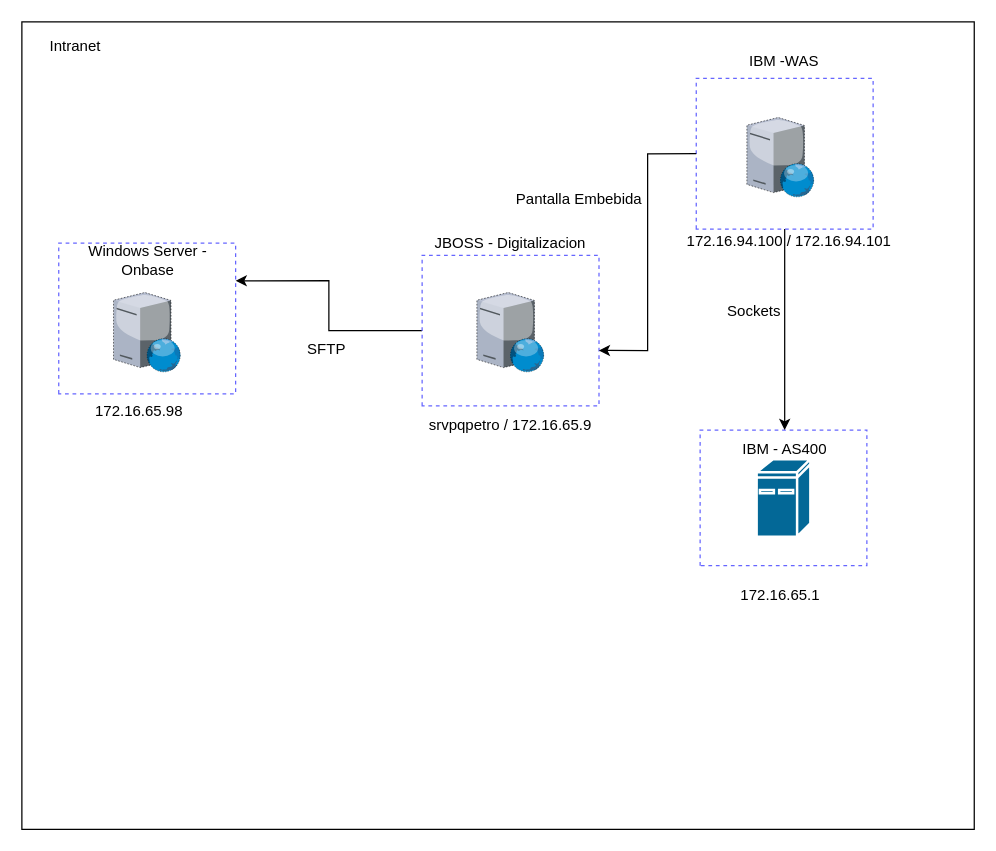
The draw.io diagram DiagramaRedInactividad.drawio in GonzaloDavid/diagramas, before the edit. Source tidied: cells renumbered, new cells numbered last; positions are measured from the earlier drawing's top-left corner, leaving out a move shared by most shapes. Both pictures are drawn from the tidied source at 125%, with x=0, y=0 at pixel (21, 21).
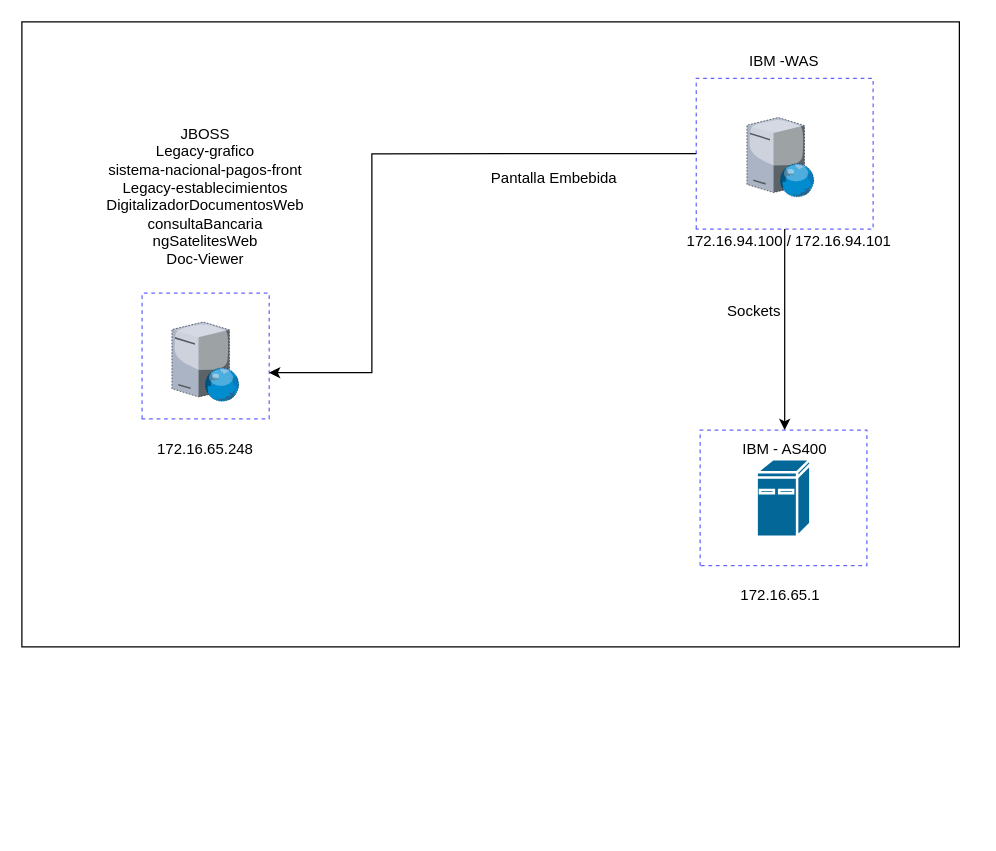
After the change.

Unchanged cells that the change refers to:
```xml
<mxCell id="8" style="rounded=0;whiteSpace=wrap;html=1;glass=0;dashed=1;fillStyle=auto;strokeColor=#6666FF;strokeWidth=1;fillColor=none;gradientColor=default;rotation=-90;" parent="1" vertex="1">
  <mxGeometry x="550" y="34.7" width="120.5" height="141.5" as="geometry" />
</mxCell>
```

What changed in the source:
```diff
@@
     <mxCell id="3" style="rounded=0;whiteSpace=wrap;html=1;" parent="1" vertex="1">
-      <mxGeometry width="761.9" height="646" as="geometry" />
+      <mxGeometry width="750" height="500" as="geometry" />
     </mxCell>
@@
     <mxCell id="12" style="verticalLabelPosition=bottom;sketch=0;html=1;verticalAlign=top;strokeColor=none;align=center;shape=mxgraph.citrix.web_server;dashed=1;" parent="1" vertex="1">
-      <mxGeometry x="364" y="216.5" width="53.9" height="63.5" as="geometry" />
+      <mxGeometry x="120" y="240" width="53.9" height="63.5" as="geometry" />
     </mxCell>
-    <mxCell id="13" style="edgeStyle=orthogonalEdgeStyle;rounded=0;jettySize=auto;html=1;entryX=0.75;entryY=1;entryDx=0;entryDy=0;" parent="1" edge="1" source="14" target="17">
-      <mxGeometry relative="1" as="geometry" />
-    </mxCell>
     <mxCell id="14" style="rounded=0;whiteSpace=wrap;html=1;glass=0;dashed=1;fillStyle=auto;strokeColor=#6666FF;strokeWidth=1;fillColor=none;gradientColor=default;rotation=-90;" parent="1" vertex="1">
-      <mxGeometry x="330.7" y="176.2" width="120.5" height="141.5" as="geometry" />
+      <mxGeometry x="96.7" y="216.5" width="100.6" height="101.7" as="geometry" />
     </mxCell>
-    <mxCell id="15" value="Windows Server - Onbase" style="text;html=1;strokeColor=none;fillColor=none;align=center;verticalAlign=middle;whiteSpace=wrap;rounded=0;glass=0;dashed=1;fillStyle=auto;" parent="1" vertex="1">
-      <mxGeometry x="40.5" y="176.2" width="120" height="30" as="geometry" />
-    </mxCell>
     <mxCell id="16" style="edgeStyle=orthogonalEdgeStyle;rounded=0;jettySize=auto;html=1;entryX=0.368;entryY=0.999;entryDx=0;entryDy=0;entryPerimeter=0;" parent="1" edge="1" source="8" target="14">
-      <mxGeometry relative="1" as="geometry" />
+      <mxGeometry relative="1" as="geometry">
+        <Array as="points">
+          <mxPoint x="280" y="106" />
+          <mxPoint x="280" y="281" />
+        </Array>
+      </mxGeometry>
     </mxCell>
-    <mxCell id="17" style="rounded=0;whiteSpace=wrap;html=1;glass=0;dashed=1;fillStyle=auto;strokeColor=#6666FF;strokeWidth=1;fillColor=none;gradientColor=default;rotation=-90;" parent="1" vertex="1">
-      <mxGeometry x="40" y="166.5" width="120.5" height="141.5" as="geometry" />
-    </mxCell>
-    <mxCell id="18" style="verticalLabelPosition=bottom;sketch=0;html=1;verticalAlign=top;strokeColor=none;align=center;shape=mxgraph.citrix.web_server;dashed=1;" parent="1" vertex="1">
-      <mxGeometry x="73.3" y="216.5" width="53.9" height="63.5" as="geometry" />
-    </mxCell>
-    <mxCell id="19" value="JBOSS - Digitalizacion" style="text;html=1;strokeColor=none;fillColor=none;align=center;verticalAlign=middle;whiteSpace=wrap;rounded=0;glass=0;dashed=1;fillStyle=auto;" parent="1" vertex="1">
-      <mxGeometry x="325" y="161.5" width="131.8" height="30" as="geometry" />
+    <mxCell id="19" value="JBOSS&lt;div&gt;Legacy-grafico&lt;/div&gt;&lt;div&gt;sistema-nacional-pagos-front&lt;/div&gt;&lt;div&gt;Legacy-establecimientos&lt;/div&gt;&lt;div&gt;DigitalizadorDocumentosWeb&lt;/div&gt;&lt;div&gt;consultaBancaria&lt;/div&gt;&lt;div&gt;ngSatelitesWeb&lt;/div&gt;&lt;div&gt;Doc-Viewer&lt;/div&gt;&lt;div&gt;&amp;nbsp;&lt;/div&gt;" style="text;html=1;strokeColor=none;fillColor=none;align=center;verticalAlign=middle;whiteSpace=wrap;rounded=0;glass=0;dashed=1;fillStyle=auto;" parent="1" vertex="1">
+      <mxGeometry x="69" y="76.5" width="155.8" height="140" as="geometry" />
     </mxCell>
     <mxCell id="20" value="Pantalla Embebida" style="text;html=1;strokeColor=none;fillColor=none;align=center;verticalAlign=middle;whiteSpace=wrap;rounded=0;glass=0;dashed=1;fillStyle=auto;" parent="1" vertex="1">
-      <mxGeometry x="380" y="126.5" width="131.8" height="30" as="geometry" />
+      <mxGeometry x="360" y="110" width="131.8" height="30" as="geometry" />
     </mxCell>
@@
-    <mxCell id="23" value="&lt;div&gt;&lt;span&gt;&lt;span dir=&quot;ltr&quot; class=&quot;ui-provider a b c d e f g h i j k l m n o p q r s t u v w x y z ab ac ae af ag ah ai aj ak&quot;&gt;srvpqpetro / 172.16.65.9&lt;/span&gt;&lt;/span&gt;&lt;br&gt;&lt;/div&gt;" style="text;html=1;strokeColor=none;fillColor=none;align=center;verticalAlign=middle;whiteSpace=wrap;rounded=0;glass=0;dashed=1;fillStyle=auto;" parent="1" vertex="1">
-      <mxGeometry x="297.2" y="308" width="187.6" height="30" as="geometry" />
+    <mxCell id="23" value="&lt;div&gt;&lt;span style=&quot;background-color: transparent; color: light-dark(rgb(0, 0, 0), rgb(255, 255, 255));&quot;&gt;172.16.65.248&lt;/span&gt;&lt;br&gt;&lt;/div&gt;" style="text;html=1;strokeColor=none;fillColor=none;align=center;verticalAlign=middle;whiteSpace=wrap;rounded=0;glass=0;dashed=1;fillStyle=auto;" parent="1" vertex="1">
+      <mxGeometry x="53.2" y="326.5" width="187.6" height="30" as="geometry" />
     </mxCell>
-    <mxCell id="24" value="Intranet" style="text;html=1;strokeColor=none;fillColor=none;align=center;verticalAlign=middle;whiteSpace=wrap;rounded=0;glass=0;dashed=1;fillStyle=auto;" parent="1" vertex="1">
-      <mxGeometry x="13.3" y="4.7" width="60" height="30" as="geometry" />
-    </mxCell>
-    <mxCell id="25" value="&lt;div&gt;&lt;span&gt;&lt;span dir=&quot;ltr&quot; class=&quot;ui-provider a b c d e f g h i j k l m n o p q r s t u v w x y z ab ac ae af ag ah ai aj ak&quot;&gt;SFTP&lt;/span&gt;&lt;/span&gt;&lt;br&gt;&lt;/div&gt;" style="text;html=1;strokeColor=none;fillColor=none;align=center;verticalAlign=middle;whiteSpace=wrap;rounded=0;glass=0;dashed=1;fillStyle=auto;" parent="1" vertex="1">
-      <mxGeometry x="150" y="246.5" width="187.6" height="30" as="geometry" />
-    </mxCell>
-    <mxCell id="26" value="&lt;div&gt;&lt;span&gt;&lt;span dir=&quot;ltr&quot; class=&quot;ui-provider a b c d e f g h i j k l m n o p q r s t u v w x y z ab ac ae af ag ah ai aj ak&quot;&gt;172.16.65.98&lt;/span&gt;&lt;/span&gt;&lt;br&gt;&lt;/div&gt;" style="text;html=1;strokeColor=none;fillColor=none;align=center;verticalAlign=middle;whiteSpace=wrap;rounded=0;glass=0;dashed=1;fillStyle=auto;" parent="1" vertex="1">
-      <mxGeometry y="296.5" width="187.6" height="30" as="geometry" />
-    </mxCell>
```
